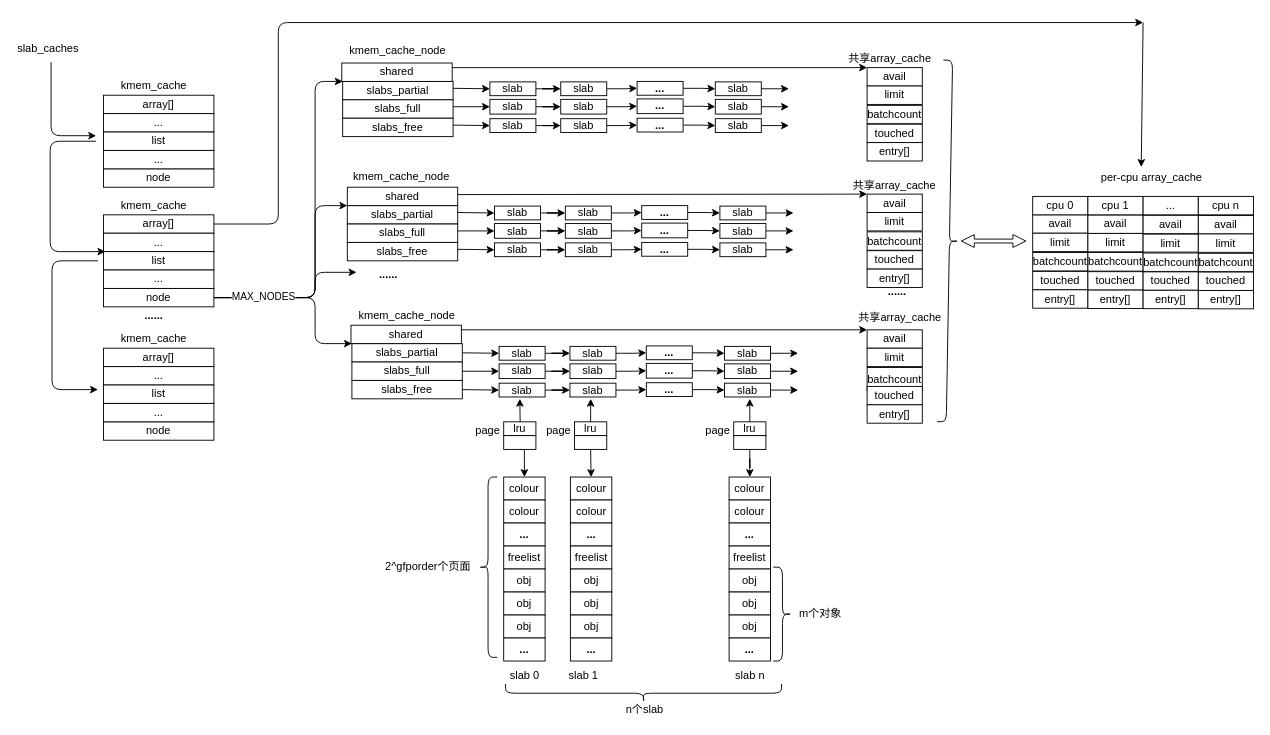
jasonactions/graph keeps this draw.io diagram as mm.drawio. Above is the earlier version. Source tidied: cells renumbered, new cells numbered last; positions are measured from the earlier drawing's top-left corner, leaving out a move shared by most shapes. Both pictures are drawn from the tidied source at 92%, with x=0, y=0 at pixel (16, 22).
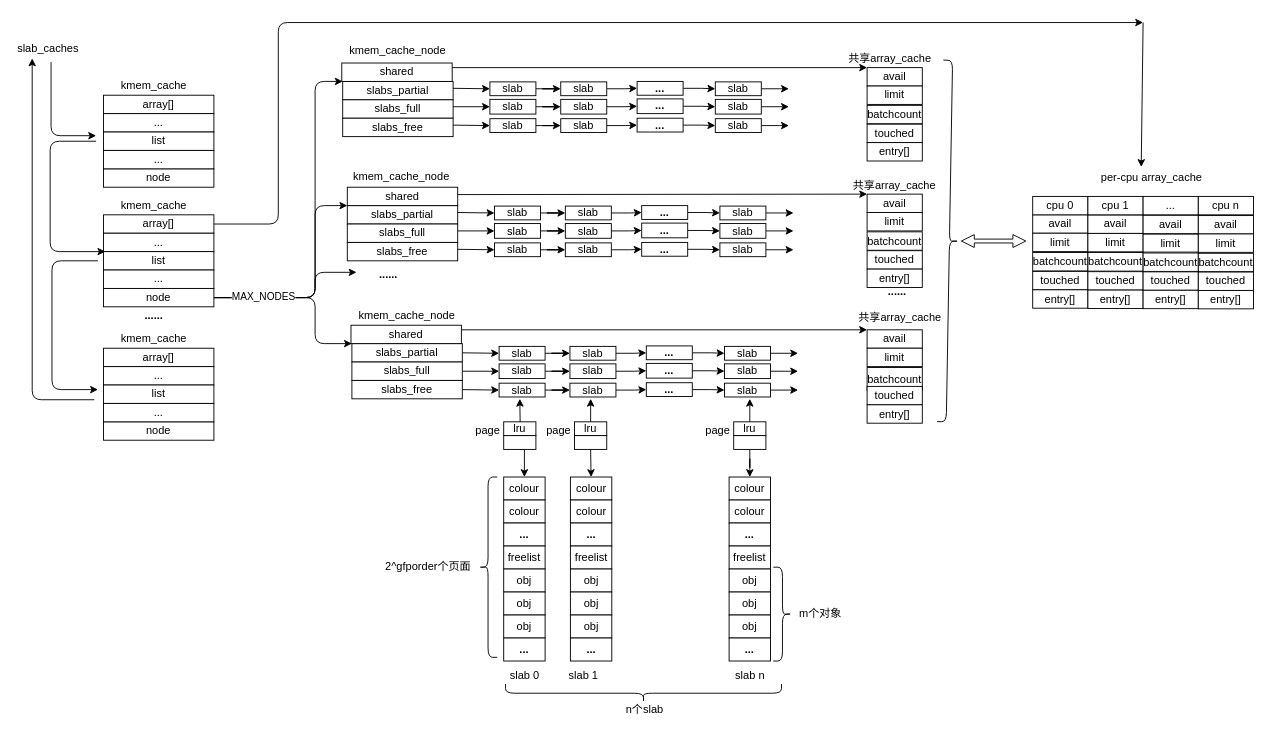
Above is the later version.

The change refers to these unchanged cells:
```xml
<mxCell id="3" value="slab_caches" style="text;html=1;strokeColor=none;fillColor=none;align=center;verticalAlign=middle;whiteSpace=wrap;rounded=0;" parent="1" vertex="1">
  <mxGeometry y="19" width="70" height="20" as="geometry" />
</mxCell>
```

What changed in the source:
```diff
@@
+    <mxCell id="226" style="edgeStyle=segmentEdgeStyle;endArrow=classic;html=1;entryX=0.25;entryY=1;entryDx=0;entryDy=0;" parent="1" edge="1" target="3">
+      <mxGeometry relative="1" as="geometry">
+        <mxPoint x="85" y="410" as="sourcePoint" />
+      </mxGeometry>
+    </mxCell>
```
